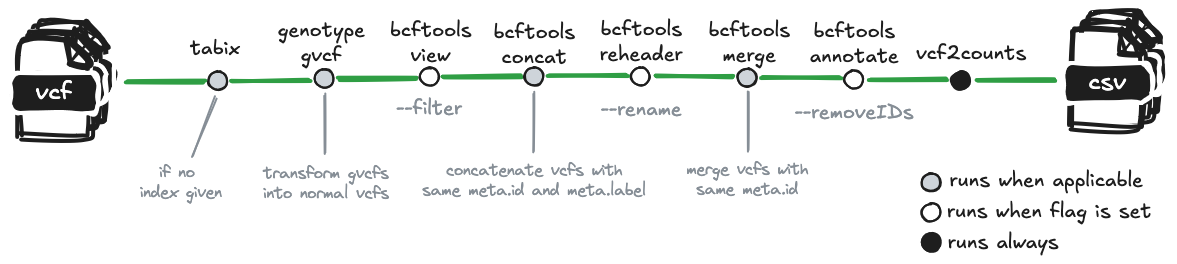
Earlier version of the Excalidraw export docs/images/vcftocounts-subway.excalidraw.png (qbic-pipelines/vcftocounts). Source tidied: one line per element, renumbered; positions are measured from the earlier drawing's top-left corner, leaving out a move shared by most shapes.
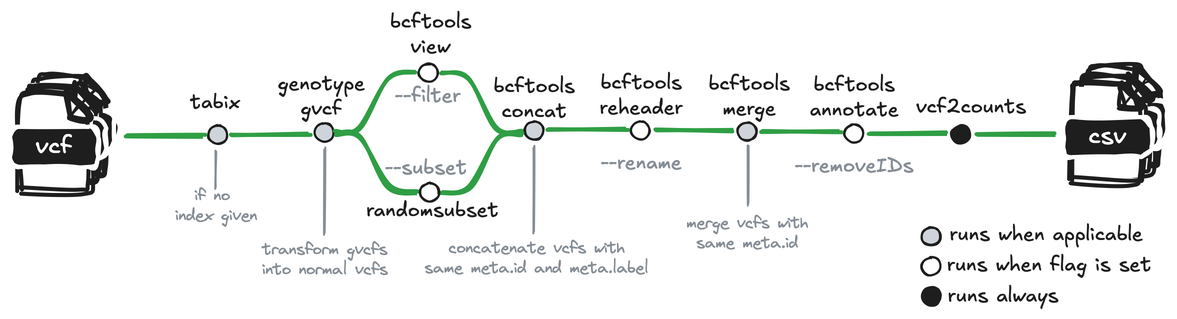
The same diagram one commit later.

Commit message:
udpate subway map

Diff of the diagram source:
```diff
@@ -16,10 +16,8 @@
 {"id": 15, "type": "line", "strokeColor": "#2f9e44", "strokeWidth": 4, "roughness": 1, "round": true, "x": 221, "y": 67, "width": 78, "height": 0, "points": [[0, 0], [78, 0]]}
 {"id": 16, "type": "ellipse", "strokeColor": "#1e1e1e", "angle": 6.27, "backgroundColor": "#ced4da", "fillStyle": "solid", "strokeWidth": 2, "roughness": 1, "round": true, "x": 305, "y": 56, "width": 19, "height": 18}
 {"id": 17, "type": "text", "text": "genotype\ngvcf", "strokeColor": "#1e1e1e", "strokeWidth": 4, "roughness": 1, "fontSize": 20, "fontFamily": 5, "textAlign": "center", "x": 210, "y": 4, "width": 203, "height": 50}
-{"id": 18, "type": "line", "strokeColor": "#2f9e44", "strokeWidth": 4, "roughness": 1, "round": true, "x": 328, "y": 65, "width": 78, "height": 0, "points": [[0, 0], [78, 0]]}
-{"id": 19, "type": "ellipse", "strokeColor": "#1e1e1e", "angle": 6.27, "strokeWidth": 2, "roughness": 1, "round": true, "x": 410, "y": 54, "width": 19, "height": 18}
+{"id": 19, "type": "ellipse", "strokeColor": "#1e1e1e", "angle": 6.27, "strokeWidth": 2, "roughness": 1, "round": true, "x": 409, "y": -4, "width": 19, "height": 18}
-{"id": 20, "type": "text", "text": "bcftools\nview", "strokeColor": "#1e1e1e", "strokeWidth": 4, "roughness": 1, "fontSize": 20, "fontFamily": 5, "textAlign": "center", "x": 324, "y": 4, "width": 193, "height": 50}
+{"id": 20, "type": "text", "text": "bcftools\nview", "strokeColor": "#1e1e1e", "strokeWidth": 4, "roughness": 1, "fontSize": 20, "fontFamily": 5, "textAlign": "center", "x": 324, "y": -58, "width": 193, "height": 50}
-{"id": 21, "type": "line", "strokeColor": "#2f9e44", "strokeWidth": 4, "roughness": 1, "round": true, "x": 433, "y": 63, "width": 78, "height": 0, "points": [[0, 0], [78, 0]]}
 {"id": 22, "type": "ellipse", "strokeColor": "#1e1e1e", "angle": 6.27, "backgroundColor": "#ced4da", "fillStyle": "solid", "strokeWidth": 2, "roughness": 1, "round": true, "x": 515, "y": 54, "width": 19, "height": 18}
 {"id": 23, "type": "text", "text": "bcftools\nconcat", "strokeColor": "#1e1e1e", "strokeWidth": 4, "roughness": 1, "fontSize": 20, "fontFamily": 5, "textAlign": "center", "x": 404, "y": 7, "width": 241, "height": 50}
 {"id": 24, "type": "text", "text": "bcftools\nreheader", "strokeColor": "#1e1e1e", "strokeWidth": 4, "roughness": 1, "fontSize": 20, "fontFamily": 5, "textAlign": "center", "x": 511, "y": 3, "width": 241, "height": 50}
@@ -53,14 +51,21 @@
 {"id": 52, "type": "text", "text": "runs when flag is set", "strokeColor": "#1e1e1e", "backgroundColor": "#ced4da", "fillStyle": "solid", "strokeWidth": 4, "roughness": 1, "fontSize": 20, "fontFamily": 5, "textAlign": "center", "x": 937, "y": 185, "width": 204, "height": 25}
 {"id": 53, "type": "ellipse", "strokeColor": "#1e1e1e", "angle": 6.27, "backgroundColor": "#1e1e1e", "fillStyle": "solid", "strokeWidth": 2, "roughness": 1, "round": true, "x": 912, "y": 220, "width": 19, "height": 18}
 {"id": 54, "type": "text", "text": "runs always", "strokeColor": "#1e1e1e", "backgroundColor": "#ced4da", "fillStyle": "solid", "strokeWidth": 4, "roughness": 1, "fontSize": 20, "fontFamily": 5, "textAlign": "center", "x": 937, "y": 216, "width": 112, "height": 25}
-{"id": 55, "type": "text", "text": "--filter", "strokeColor": "#868e96", "backgroundColor": "#e9ecef", "fillStyle": "solid", "strokeWidth": 4, "roughness": 1, "fontSize": 20, "fontFamily": 5, "textAlign": "center", "x": 386, "y": 83, "width": 67, "height": 25}
+{"id": 55, "type": "text", "text": "--filter", "strokeColor": "#868e96", "backgroundColor": "#e9ecef", "fillStyle": "solid", "strokeWidth": 4, "roughness": 1, "fontSize": 20, "fontFamily": 5, "textAlign": "center", "x": 385, "y": 16, "width": 66, "height": 25}
 {"id": 56, "type": "text", "text": "--rename", "strokeColor": "#868e96", "backgroundColor": "#e9ecef", "fillStyle": "solid", "strokeWidth": 4, "roughness": 1, "fontSize": 20, "fontFamily": 5, "textAlign": "center", "x": 590, "y": 83, "width": 82, "height": 25}
 {"id": 57, "type": "text", "text": "--removeIDs", "strokeColor": "#868e96", "backgroundColor": "#e9ecef", "fillStyle": "solid", "strokeWidth": 4, "roughness": 1, "fontSize": 20, "fontFamily": 5, "textAlign": "center", "x": 784, "y": 86, "width": 120, "height": 25}
-{"id": 58, "type": "text", "text": "concatenate vcfs with\nsame meta.id and meta.label", "strokeColor": "#868e96", "strokeWidth": 2, "strokeStyle": "dashed", "roughness": 1, "fontSize": 16, "fontFamily": 1, "textAlign": "center", "x": 412, "y": 147, "width": 225, "height": 40}
+{"id": 58, "type": "text", "text": "concatenate vcfs with\nsame meta.id and meta.label", "strokeColor": "#868e96", "strokeWidth": 2, "strokeStyle": "dashed", "roughness": 1, "fontSize": 16, "fontFamily": 1, "textAlign": "center", "x": 414, "y": 171, "width": 225, "height": 40}
-{"id": 59, "type": "line", "strokeColor": "#868e96", "backgroundColor": "#ced4da", "fillStyle": "solid", "strokeWidth": 2, "roughness": 1, "round": true, "x": 523, "y": 79, "width": 0, "height": 59, "points": [[0, 0], [0, 59]]}
+{"id": 59, "type": "line", "strokeColor": "#868e96", "backgroundColor": "#ced4da", "fillStyle": "solid", "strokeWidth": 2, "roughness": 1, "round": true, "x": 523, "y": 79, "width": 0, "height": 86, "points": [[0, 0], [0, 86]]}
-{"id": 60, "type": "text", "text": "transform gvcfs\ninto normal vcfs", "strokeColor": "#868e96", "strokeWidth": 2, "strokeStyle": "dashed", "roughness": 1, "fontSize": 16, "fontFamily": 1, "textAlign": "center", "x": 252, "y": 150, "width": 128, "height": 40}
+{"id": 60, "type": "text", "text": "transform gvcfs\ninto normal vcfs", "strokeColor": "#868e96", "strokeWidth": 2, "strokeStyle": "dashed", "roughness": 1, "fontSize": 16, "fontFamily": 1, "textAlign": "center", "x": 251, "y": 172, "width": 128, "height": 40}
-{"id": 61, "type": "line", "strokeColor": "#868e96", "backgroundColor": "#ced4da", "fillStyle": "solid", "strokeWidth": 2, "roughness": 1, "round": true, "x": 315, "y": 80, "width": 0, "height": 59, "points": [[0, 0], [0, 59]]}
+{"id": 61, "type": "line", "strokeColor": "#868e96", "backgroundColor": "#ced4da", "fillStyle": "solid", "strokeWidth": 2, "roughness": 1, "round": true, "x": 315, "y": 80, "width": 1, "height": 86, "points": [[0, 0], [-1, 86]]}
-{"id": 62, "type": "text", "text": "if no \nindex given", "strokeColor": "#868e96", "strokeWidth": 2, "roughness": 1, "fontSize": 16, "fontFamily": 1, "textAlign": "center", "x": 129, "y": 149, "width": 84, "height": 40}
+{"id": 62, "type": "text", "text": "if no \nindex given", "strokeColor": "#868e96", "strokeWidth": 2, "roughness": 1, "fontSize": 16, "fontFamily": 1, "textAlign": "center", "x": 164, "y": 118, "width": 84, "height": 40}
-{"id": 63, "type": "line", "strokeColor": "#868e96", "backgroundColor": "#ced4da", "fillStyle": "solid", "strokeWidth": 2, "roughness": 1, "round": true, "x": 206, "y": 83, "width": 23, "height": 59, "points": [[0, 0], [-23, 59]]}
+{"id": 63, "type": "line", "strokeColor": "#868e96", "backgroundColor": "#ced4da", "fillStyle": "solid", "strokeWidth": 2, "roughness": 1, "round": true, "x": 206, "y": 83, "width": 0, "height": 37, "points": [[0, 0], [0, 37]]}
 {"id": 64, "type": "text", "text": "merge vcfs with\nsame meta.id", "strokeColor": "#868e96", "strokeWidth": 2, "strokeStyle": "dashed", "roughness": 1, "fontSize": 16, "fontFamily": 1, "textAlign": "center", "x": 676, "y": 146, "width": 123, "height": 40}
 {"id": 65, "type": "line", "strokeColor": "#868e96", "backgroundColor": "#ced4da", "fillStyle": "solid", "strokeWidth": 2, "roughness": 1, "round": true, "x": 738, "y": 77, "width": 0, "height": 59, "points": [[0, 0], [0, 59]]}
+{"id": 66, "type": "line", "strokeColor": "#2f9e44", "strokeWidth": 4, "roughness": 1, "round": true, "x": 511, "y": 64, "width": 81, "height": 59, "points": [[0, 0], [-24, -4], [-52, -53], [-81, -59]]}
+{"id": 67, "type": "line", "strokeColor": "#2f9e44", "strokeWidth": 4, "roughness": 1, "round": true, "x": 326, "y": 64, "width": 81, "height": 59, "points": [[0, 0], [24, -4], [52, -53], [81, -59]]}
+{"id": 68, "type": "line", "strokeColor": "#2f9e44", "strokeWidth": 4, "roughness": 1, "round": true, "x": 326, "y": 66, "width": 81, "height": 59, "points": [[0, 0], [24, 4], [52, 53], [81, 59]]}
+{"id": 69, "type": "line", "strokeColor": "#2f9e44", "strokeWidth": 4, "roughness": 1, "round": true, "x": 512, "y": 66, "width": 81, "height": 59, "points": [[0, 0], [-24, 4], [-52, 53], [-81, 59]]}
+{"id": 70, "type": "ellipse", "strokeColor": "#1e1e1e", "angle": 6.27, "strokeWidth": 2, "roughness": 1, "round": true, "x": 410, "y": 115, "width": 19, "height": 18}
+{"id": 71, "type": "text", "text": "randomsubset", "strokeColor": "#1e1e1e", "strokeWidth": 4, "roughness": 1, "fontSize": 20, "fontFamily": 5, "textAlign": "center", "x": 326, "y": 131, "width": 193, "height": 25}
+{"id": 72, "type": "text", "text": "--subset", "strokeColor": "#868e96", "backgroundColor": "#e9ecef", "fillStyle": "solid", "strokeWidth": 4, "roughness": 1, "fontSize": 20, "fontFamily": 5, "textAlign": "center", "x": 375, "y": 88, "width": 82, "height": 25}
```
